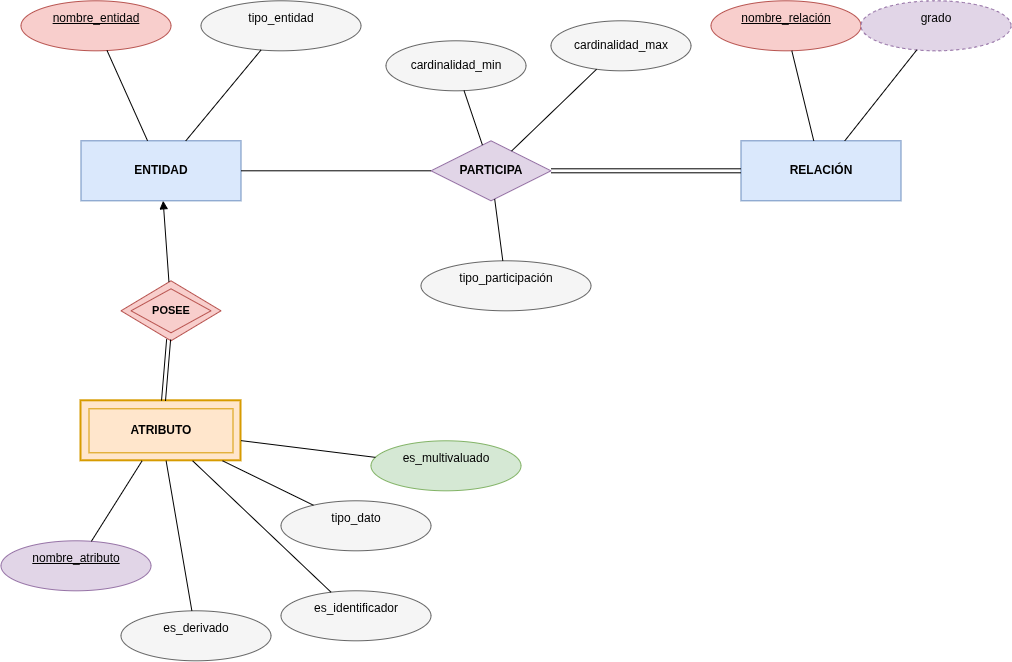
Earlier version of the draw.io export tareas/2/Diagramas/3b.png (romanbott/fbd). Source tidied: cells renumbered, new cells last; positions are measured from the earlier drawing's top-left corner, leaving out a move shared by most shapes.
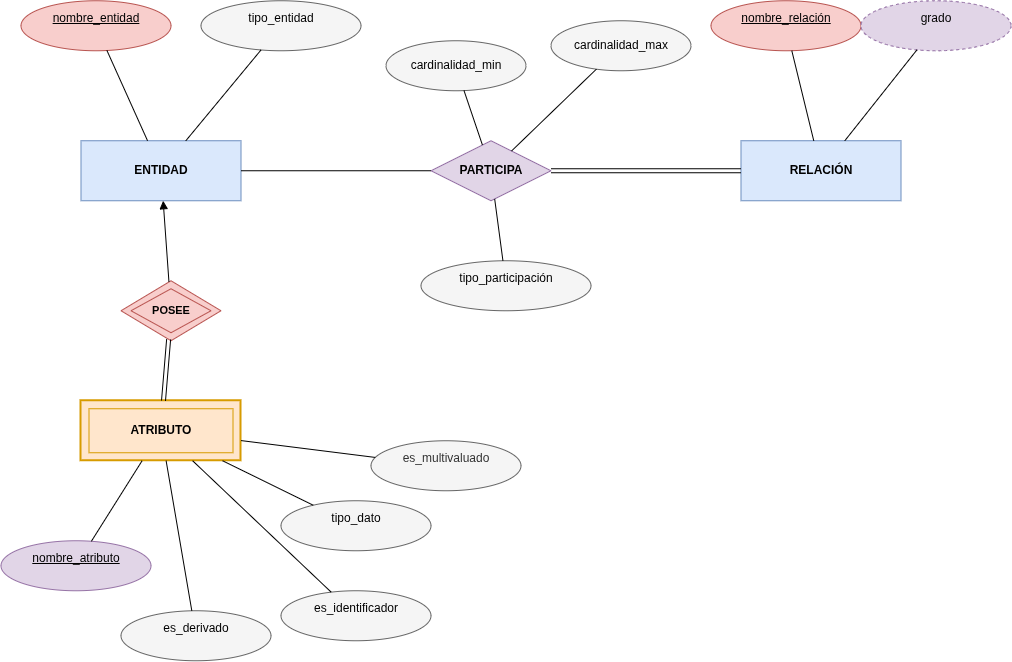
Later version of the same file.

Commit message:
fix(t2): corregir diagrama 3b

The edit, as a diff of the source:
```diff
@@ -56,7 +56,7 @@
     <mxCell id="19" value="tipo_dato&lt;div&gt;&lt;br/&gt;&lt;/div&gt;" style="ellipse;whiteSpace=wrap;html=1;fillColor=#f5f5f5;strokeColor=#666666;" parent="1" vertex="1">
       <mxGeometry x="280" y="500" width="150" height="50" as="geometry" />
     </mxCell>
-    <mxCell id="20" value="es_multivaluado&lt;div&gt;&lt;br/&gt;&lt;/div&gt;" style="ellipse;whiteSpace=wrap;html=1;fillColor=#d5e8d4;strokeColor=#82b366;" parent="1" vertex="1">
+    <mxCell id="20" value="es_multivaluado&lt;div&gt;&lt;br/&gt;&lt;/div&gt;" style="ellipse;whiteSpace=wrap;html=1;fillColor=#f5f5f5;strokeColor=#666666;fontColor=#333333;" parent="1" vertex="1">
       <mxGeometry x="370" y="440" width="150" height="50" as="geometry" />
     </mxCell>
     <mxCell id="21" value="es_derivado&lt;div&gt;&lt;br/&gt;&lt;/div&gt;" style="ellipse;whiteSpace=wrap;html=1;fillColor=#f5f5f5;strokeColor=#666666;" parent="1" vertex="1">
```
